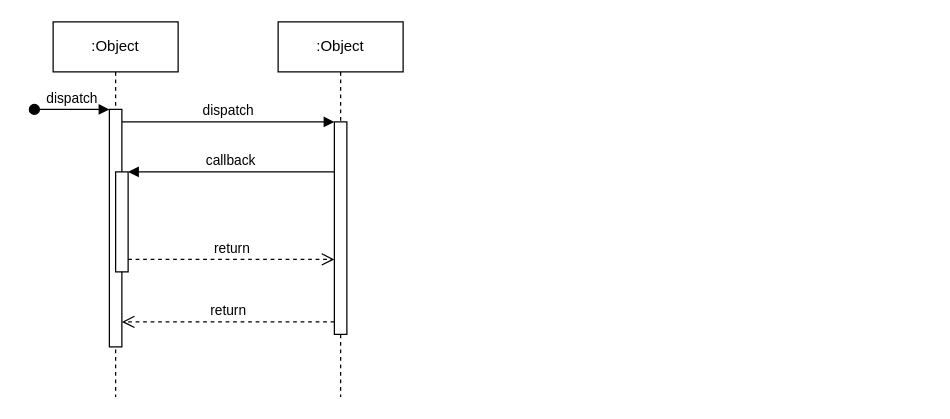
Before: 奖励回溯.drawio in xu-xiwei/drawio, a draw.io diagram. Source tidied: cells renumbered, new cells numbered last; positions are measured from the earlier drawing's top-left corner, leaving out a move shared by most shapes. Both pictures are drawn from the tidied source at 125%, with x=0, y=0 at pixel (34, 21).
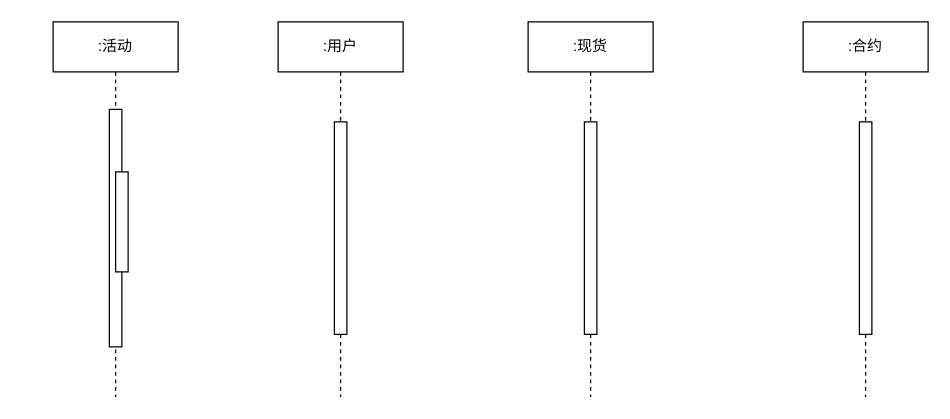
After the change.

Commit message:
更新奖励回溯.drawio

Change to the diagram source:
```diff
@@
 <mxGraphModel>
   <root>
     <mxCell id="0" />
     <mxCell id="1" parent="0" />
-    <mxCell id="2" value=":Object" style="shape=umlLifeline;perimeter=lifelinePerimeter;whiteSpace=wrap;html=1;newEdgeStyle={&quot;edgeStyle&quot;:&quot;elbowEdgeStyle&quot;,&quot;elbow&quot;:&quot;vertical&quot;,&quot;curved&quot;:0,&quot;rounded&quot;:0};" parent="1" vertex="1">
+    <mxCell id="2" value=":活动" style="shape=umlLifeline;perimeter=lifelinePerimeter;whiteSpace=wrap;html=1;newEdgeStyle={&quot;edgeStyle&quot;:&quot;elbowEdgeStyle&quot;,&quot;elbow&quot;:&quot;vertical&quot;,&quot;curved&quot;:0,&quot;rounded&quot;:0};" parent="1" vertex="1">
       <mxGeometry x="15" width="100" height="300" as="geometry" />
     </mxCell>
     <mxCell id="3" style="html=1;points=[];perimeter=orthogonalPerimeter;outlineConnect=0;targetShapes=umlLifeline;portConstraint=eastwest;newEdgeStyle={&quot;edgeStyle&quot;:&quot;elbowEdgeStyle&quot;,&quot;elbow&quot;:&quot;vertical&quot;,&quot;curved&quot;:0,&quot;rounded&quot;:0};" parent="2" vertex="1">
       <mxGeometry x="45" y="70" width="10" height="190" as="geometry" />
     </mxCell>
-    <mxCell id="4" value="dispatch" style="html=1;verticalAlign=bottom;startArrow=oval;endArrow=block;startSize=8;edgeStyle=elbowEdgeStyle;elbow=vertical;curved=0;rounded=0;" parent="2" edge="1" target="3">
-      <mxGeometry relative="1" as="geometry">
-        <mxPoint x="-15" y="70" as="sourcePoint" />
-      </mxGeometry>
-    </mxCell>
     <mxCell id="5" style="html=1;points=[];perimeter=orthogonalPerimeter;outlineConnect=0;targetShapes=umlLifeline;portConstraint=eastwest;newEdgeStyle={&quot;edgeStyle&quot;:&quot;elbowEdgeStyle&quot;,&quot;elbow&quot;:&quot;vertical&quot;,&quot;curved&quot;:0,&quot;rounded&quot;:0};" parent="2" vertex="1">
       <mxGeometry x="50" y="120" width="10" height="80" as="geometry" />
     </mxCell>
-    <mxCell id="6" value=":Object" style="shape=umlLifeline;perimeter=lifelinePerimeter;whiteSpace=wrap;html=1;newEdgeStyle={&quot;edgeStyle&quot;:&quot;elbowEdgeStyle&quot;,&quot;elbow&quot;:&quot;vertical&quot;,&quot;curved&quot;:0,&quot;rounded&quot;:0};" parent="1" vertex="1">
+    <mxCell id="6" value=":用户" style="shape=umlLifeline;perimeter=lifelinePerimeter;whiteSpace=wrap;html=1;newEdgeStyle={&quot;edgeStyle&quot;:&quot;elbowEdgeStyle&quot;,&quot;elbow&quot;:&quot;vertical&quot;,&quot;curved&quot;:0,&quot;rounded&quot;:0};" parent="1" vertex="1">
       <mxGeometry x="195" width="100" height="300" as="geometry" />
     </mxCell>
     <mxCell id="7" style="html=1;points=[];perimeter=orthogonalPerimeter;outlineConnect=0;targetShapes=umlLifeline;portConstraint=eastwest;newEdgeStyle={&quot;edgeStyle&quot;:&quot;elbowEdgeStyle&quot;,&quot;elbow&quot;:&quot;vertical&quot;,&quot;curved&quot;:0,&quot;rounded&quot;:0};" parent="6" vertex="1">
       <mxGeometry x="45" y="80" width="10" height="170" as="geometry" />
     </mxCell>
-    <mxCell id="8" value="dispatch" style="html=1;verticalAlign=bottom;endArrow=block;edgeStyle=elbowEdgeStyle;elbow=vertical;curved=0;rounded=0;" parent="1" edge="1" source="3" target="7">
-      <mxGeometry relative="1" as="geometry">
-        <Array as="points">
-          <mxPoint x="155" y="80" />
-        </Array>
-      </mxGeometry>
-    </mxCell>
-    <mxCell id="9" value="return" style="html=1;verticalAlign=bottom;endArrow=open;dashed=1;endSize=8;edgeStyle=elbowEdgeStyle;elbow=vertical;curved=0;rounded=0;" parent="1" edge="1" source="7" target="3">
-      <mxGeometry relative="1" as="geometry">
-        <Array as="points">
-          <mxPoint x="165" y="240" />
-        </Array>
-      </mxGeometry>
-    </mxCell>
-    <mxCell id="10" value="callback" style="html=1;verticalAlign=bottom;endArrow=block;edgeStyle=elbowEdgeStyle;elbow=vertical;curved=0;rounded=0;" parent="1" edge="1" source="7" target="5">
-      <mxGeometry relative="1" as="geometry">
-        <Array as="points">
-          <mxPoint x="165" y="120" />
-        </Array>
-      </mxGeometry>
-    </mxCell>
-    <mxCell id="11" value="return" style="html=1;verticalAlign=bottom;endArrow=open;dashed=1;endSize=8;edgeStyle=elbowEdgeStyle;elbow=vertical;curved=0;rounded=0;" parent="1" edge="1" source="5" target="7">
-      <mxGeometry relative="1" as="geometry">
-        <Array as="points">
-          <mxPoint x="155" y="190" />
-        </Array>
-      </mxGeometry>
-    </mxCell>
+    <mxCell id="12" value=":现货" style="shape=umlLifeline;perimeter=lifelinePerimeter;whiteSpace=wrap;html=1;newEdgeStyle={&quot;edgeStyle&quot;:&quot;elbowEdgeStyle&quot;,&quot;elbow&quot;:&quot;vertical&quot;,&quot;curved&quot;:0,&quot;rounded&quot;:0};" parent="1" vertex="1">
+      <mxGeometry x="395" width="100" height="300" as="geometry" />
+    </mxCell>
+    <mxCell id="13" style="html=1;perimeter=orthogonalPerimeter;targetShapes=umlLifeline;newEdgeStyle={&quot;edgeStyle&quot;:&quot;elbowEdgeStyle&quot;,&quot;elbow&quot;:&quot;vertical&quot;,&quot;curved&quot;:0,&quot;rounded&quot;:0};" parent="12" vertex="1">
+      <mxGeometry x="45" y="80" width="10" height="170" as="geometry" />
+    </mxCell>
+    <mxCell id="14" value=":合约" style="shape=umlLifeline;perimeter=lifelinePerimeter;whiteSpace=wrap;html=1;newEdgeStyle={&quot;edgeStyle&quot;:&quot;elbowEdgeStyle&quot;,&quot;elbow&quot;:&quot;vertical&quot;,&quot;curved&quot;:0,&quot;rounded&quot;:0};" parent="1" vertex="1">
+      <mxGeometry x="615" width="100" height="300" as="geometry" />
+    </mxCell>
+    <mxCell id="15" style="html=1;perimeter=orthogonalPerimeter;targetShapes=umlLifeline;newEdgeStyle={&quot;edgeStyle&quot;:&quot;elbowEdgeStyle&quot;,&quot;elbow&quot;:&quot;vertical&quot;,&quot;curved&quot;:0,&quot;rounded&quot;:0};" parent="14" vertex="1">
+      <mxGeometry x="45" y="80" width="10" height="170" as="geometry" />
+    </mxCell>
   </root>
 </mxGraphModel>
```
